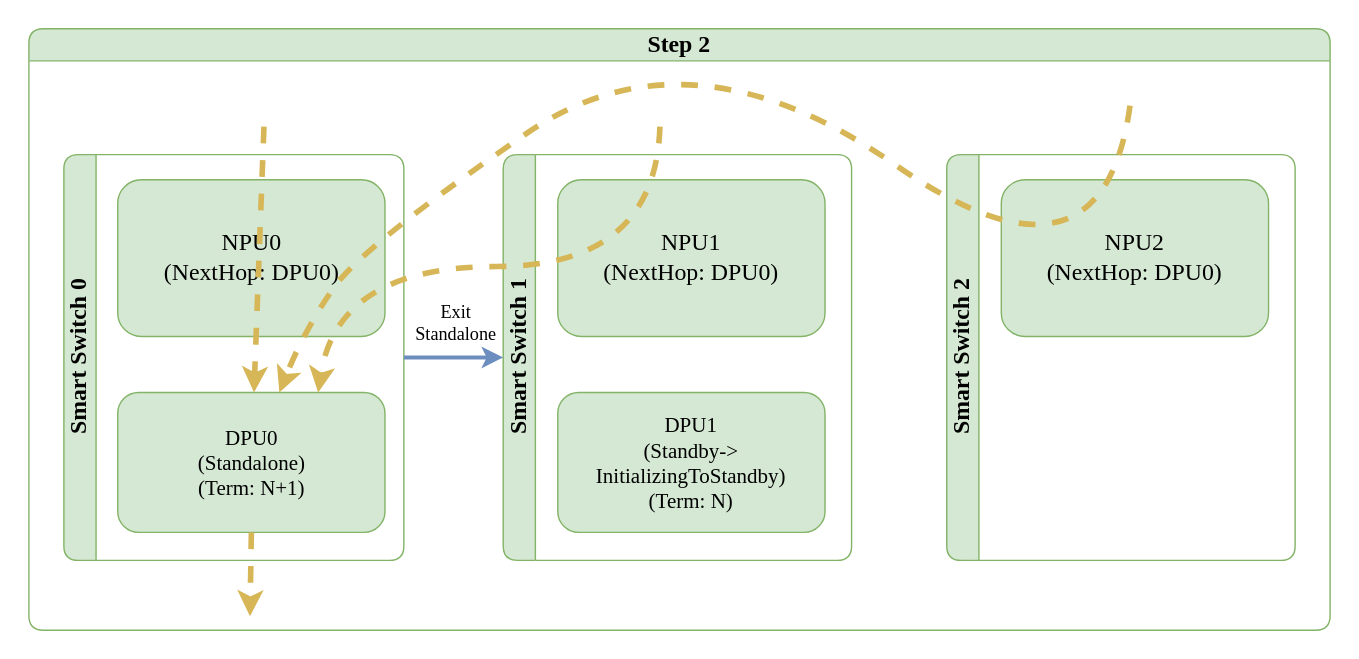
Above: doc/smart-switch/high-availability/images/ha-unplanned-events-exit-standalone-step-2.svg in sonic-net/SONiC (draw.io), before the change. Source tidied: cells renumbered, new cells last; positions are measured from the earlier drawing's top-left corner, leaving out a move shared by most shapes. The source it was exported from:
```xml
<mxGraphModel>
  <root>
    <mxCell id="0" />
    <mxCell id="1" parent="0" />
    <mxCell id="2" value="Step 2" style="swimlane;horizontal=1;whiteSpace=wrap;html=1;rounded=1;labelBorderColor=none;strokeColor=#82b366;fontFamily=Consolas;fontSize=17;startSize=23;fillColor=#d5e8d4;swimlaneFillColor=#FFFFFF;" parent="1" vertex="1">
      <mxGeometry y="5" width="930" height="430" as="geometry" />
    </mxCell>
    <mxCell id="3" value="Smart Switch 0" style="swimlane;horizontal=0;whiteSpace=wrap;html=1;rounded=1;labelBorderColor=none;strokeColor=#82b366;fontFamily=Consolas;fontSize=17;startSize=23;fillColor=#d5e8d4;swimlaneFillColor=#FFFFFF;" parent="2" vertex="1">
      <mxGeometry x="25" y="90" width="243" height="290" as="geometry" />
    </mxCell>
    <mxCell id="4" value="NPU0&lt;br style=&quot;font-size: 17px;&quot;&gt;(NextHop: DPU0)" style="rounded=1;whiteSpace=wrap;html=1;strokeColor=#82b366;fontFamily=Consolas;fontSize=17;startSize=23;fillColor=#d5e8d4;" parent="3" vertex="1">
      <mxGeometry x="38.5" y="18" width="191" height="112" as="geometry" />
    </mxCell>
    <mxCell id="5" value="DPU0&lt;br style=&quot;border-color: var(--border-color); font-size: 15px;&quot;&gt;(Standalone)&lt;br style=&quot;font-size: 15px;&quot;&gt;(Term: N+1)" style="rounded=1;whiteSpace=wrap;html=1;strokeColor=#82b366;fontFamily=Consolas;fontSize=15;startSize=23;fillColor=#d5e8d4;" parent="3" vertex="1">
      <mxGeometry x="38.5" y="170" width="191" height="100" as="geometry" />
    </mxCell>
    <mxCell id="6" value="Smart Switch 1" style="swimlane;horizontal=0;whiteSpace=wrap;html=1;rounded=1;labelBorderColor=none;strokeColor=#82b366;fontFamily=Consolas;fontSize=17;startSize=23;fillColor=#d5e8d4;swimlaneFillColor=#FFFFFF;" parent="2" vertex="1">
      <mxGeometry x="339" y="90" width="249" height="290" as="geometry" />
    </mxCell>
    <mxCell id="7" value="NPU1&lt;br style=&quot;font-size: 17px;&quot;&gt;(NextHop: DPU0)" style="rounded=1;whiteSpace=wrap;html=1;strokeColor=#82b366;fontFamily=Consolas;fontSize=17;startSize=23;fillColor=#d5e8d4;" parent="6" vertex="1">
      <mxGeometry x="39" y="18" width="191" height="112" as="geometry" />
    </mxCell>
    <mxCell id="8" value="DPU1&lt;br style=&quot;border-color: var(--border-color); font-size: 15px;&quot;&gt;(Standby-&amp;gt;&lt;br style=&quot;font-size: 15px;&quot;&gt;InitializingToStandby)&lt;br style=&quot;border-color: var(--border-color); font-size: 15px;&quot;&gt;(Term: N)" style="rounded=1;whiteSpace=wrap;html=1;strokeColor=#82b366;fontFamily=Consolas;fontSize=15;startSize=23;fillColor=#d5e8d4;" parent="6" vertex="1">
      <mxGeometry x="39" y="170" width="191" height="100" as="geometry" />
    </mxCell>
    <mxCell id="9" style="curved=1;endArrow=classic;html=1;rounded=0;fillColor=#fff2cc;strokeColor=#d6b656;strokeWidth=4;dashed=1;endFill=1;fontFamily=Consolas;fontSize=17;" parent="2" edge="1" target="5">
      <mxGeometry relative="1" as="geometry">
        <mxPoint x="168" y="70" as="sourcePoint" />
      </mxGeometry>
    </mxCell>
    <mxCell id="10" style="curved=1;endArrow=classic;html=1;rounded=0;entryX=0.75;entryY=0;entryDx=0;entryDy=0;fillColor=#fff2cc;strokeColor=#d6b656;strokeWidth=4;dashed=1;endFill=1;fontFamily=Consolas;fontSize=17;" parent="2" edge="1" target="5">
      <mxGeometry relative="1" as="geometry">
        <mxPoint x="451" y="70" as="sourcePoint" />
        <Array as="points">
          <mxPoint x="448" y="170" />
          <mxPoint x="220" y="170" />
        </Array>
      </mxGeometry>
    </mxCell>
    <mxCell id="11" style="endArrow=classic;html=1;rounded=0;fillColor=#fff2cc;strokeColor=#d6b656;strokeWidth=4;dashed=1;endFill=1;exitX=0.5;exitY=1;exitDx=0;exitDy=0;fontFamily=Consolas;fontSize=17;" parent="2" edge="1" source="5">
      <mxGeometry relative="1" as="geometry">
        <mxPoint x="158" y="420" as="targetPoint" />
      </mxGeometry>
    </mxCell>
    <mxCell id="12" value="Smart Switch 2" style="swimlane;horizontal=0;whiteSpace=wrap;html=1;rounded=1;labelBorderColor=none;strokeColor=#82b366;fontFamily=Consolas;fontSize=17;startSize=23;fillColor=#d5e8d4;swimlaneFillColor=#FFFFFF;" parent="2" vertex="1">
      <mxGeometry x="656" y="90" width="249" height="290" as="geometry" />
    </mxCell>
    <mxCell id="13" value="NPU2&lt;br style=&quot;font-size: 17px;&quot;&gt;(NextHop: DPU0)" style="rounded=1;whiteSpace=wrap;html=1;strokeColor=#82b366;fontFamily=Consolas;fontSize=17;startSize=23;fillColor=#d5e8d4;" parent="12" vertex="1">
      <mxGeometry x="39" y="18" width="191" height="112" as="geometry" />
    </mxCell>
    <mxCell id="14" value="Exit&lt;br style=&quot;font-size: 13px;&quot;&gt;Standalone" style="endArrow=classic;startArrow=none;html=1;fillColor=#dae8fc;strokeColor=#6c8ebf;strokeWidth=3;fontFamily=Consolas;fontSize=13;startFill=0;endFill=1;labelBackgroundColor=none;curved=1;exitX=1;exitY=0.5;exitDx=0;exitDy=0;entryX=0;entryY=0.5;entryDx=0;entryDy=0;" parent="2" edge="1" source="3" target="6">
      <mxGeometry x="0.04" y="25" relative="1" as="geometry" />
    </mxCell>
    <mxCell id="15" style="curved=1;endArrow=classic;html=1;rounded=0;fillColor=#fff2cc;strokeColor=#d6b656;strokeWidth=4;dashed=1;endFill=1;fontFamily=Consolas;fontSize=17;" parent="2" edge="1" target="5">
      <mxGeometry relative="1" as="geometry">
        <mxPoint x="787" y="55" as="sourcePoint" />
        <Array as="points">
          <mxPoint x="767" y="200" />
          <mxPoint x="472" y="-5" />
          <mxPoint x="239" y="155" />
          <mxPoint x="197" y="215" />
        </Array>
      </mxGeometry>
    </mxCell>
  </root>
</mxGraphModel>
```
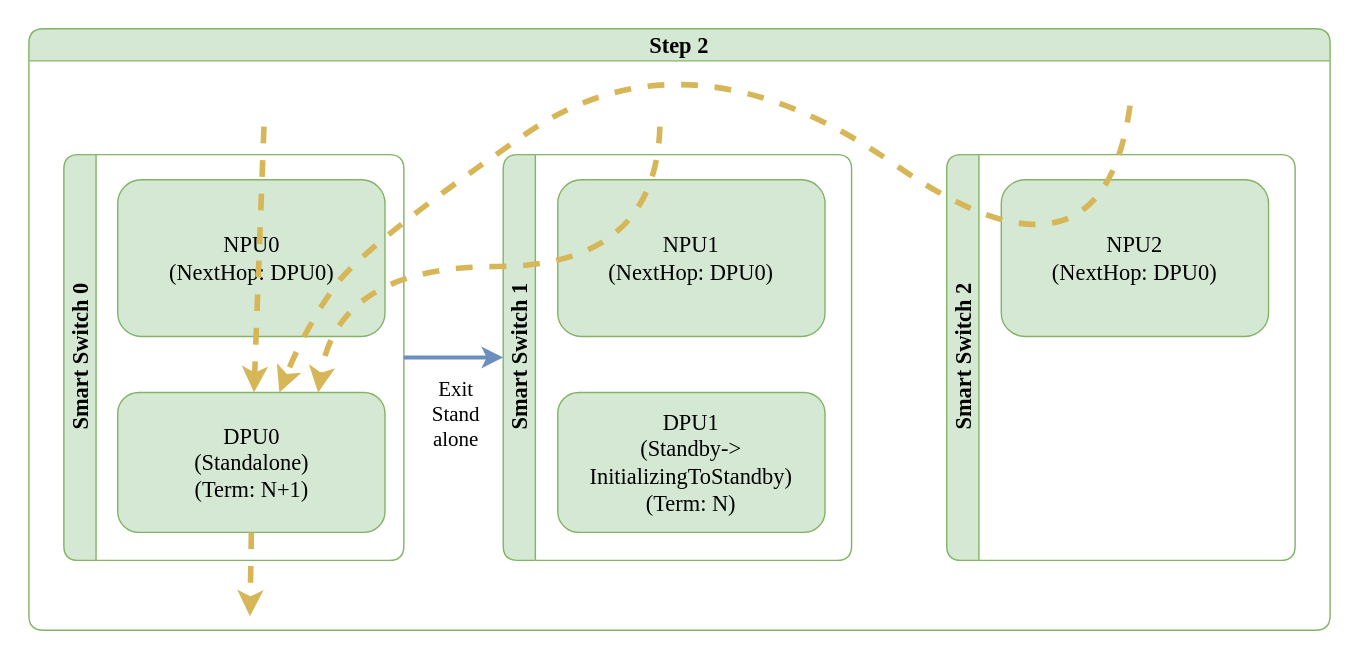
Later version of the same file.

Change to the diagram source:
```diff
@@ -2,33 +2,33 @@
   <root>
     <mxCell id="0" />
     <mxCell id="1" parent="0" />
-    <mxCell id="2" value="Step 2" style="swimlane;horizontal=1;whiteSpace=wrap;html=1;rounded=1;labelBorderColor=none;strokeColor=#82b366;fontFamily=Consolas;fontSize=17;startSize=23;fillColor=#d5e8d4;swimlaneFillColor=#FFFFFF;" parent="1" vertex="1">
+    <mxCell id="2" value="Step 2" style="swimlane;horizontal=1;whiteSpace=wrap;html=1;rounded=1;labelBorderColor=none;strokeColor=#82b366;fontFamily=Monaco;fontSize=16;startSize=23;fillColor=#d5e8d4;swimlaneFillColor=#FFFFFF;" parent="1" vertex="1">
       <mxGeometry y="5" width="930" height="430" as="geometry" />
     </mxCell>
-    <mxCell id="3" value="Smart Switch 0" style="swimlane;horizontal=0;whiteSpace=wrap;html=1;rounded=1;labelBorderColor=none;strokeColor=#82b366;fontFamily=Consolas;fontSize=17;startSize=23;fillColor=#d5e8d4;swimlaneFillColor=#FFFFFF;" parent="2" vertex="1">
+    <mxCell id="3" value="Smart Switch 0" style="swimlane;horizontal=0;whiteSpace=wrap;html=1;rounded=1;labelBorderColor=none;strokeColor=#82b366;fontFamily=Monaco;fontSize=16;startSize=23;fillColor=#d5e8d4;swimlaneFillColor=#FFFFFF;" parent="2" vertex="1">
       <mxGeometry x="25" y="90" width="243" height="290" as="geometry" />
     </mxCell>
-    <mxCell id="4" value="NPU0&lt;br style=&quot;font-size: 17px;&quot;&gt;(NextHop: DPU0)" style="rounded=1;whiteSpace=wrap;html=1;strokeColor=#82b366;fontFamily=Consolas;fontSize=17;startSize=23;fillColor=#d5e8d4;" parent="3" vertex="1">
+    <mxCell id="4" value="NPU0&lt;br style=&quot;font-size: 16px;&quot;&gt;(NextHop: DPU0)" style="rounded=1;whiteSpace=wrap;html=1;strokeColor=#82b366;fontFamily=Monaco;fontSize=16;startSize=23;fillColor=#d5e8d4;" parent="3" vertex="1">
       <mxGeometry x="38.5" y="18" width="191" height="112" as="geometry" />
     </mxCell>
-    <mxCell id="5" value="DPU0&lt;br style=&quot;border-color: var(--border-color); font-size: 15px;&quot;&gt;(Standalone)&lt;br style=&quot;font-size: 15px;&quot;&gt;(Term: N+1)" style="rounded=1;whiteSpace=wrap;html=1;strokeColor=#82b366;fontFamily=Consolas;fontSize=15;startSize=23;fillColor=#d5e8d4;" parent="3" vertex="1">
+    <mxCell id="5" value="DPU0&lt;br style=&quot;border-color: var(--border-color); font-size: 16px;&quot;&gt;(Standalone)&lt;br style=&quot;font-size: 16px;&quot;&gt;(Term: N+1)" style="rounded=1;whiteSpace=wrap;html=1;strokeColor=#82b366;fontFamily=Monaco;fontSize=16;startSize=23;fillColor=#d5e8d4;" parent="3" vertex="1">
       <mxGeometry x="38.5" y="170" width="191" height="100" as="geometry" />
     </mxCell>
-    <mxCell id="6" value="Smart Switch 1" style="swimlane;horizontal=0;whiteSpace=wrap;html=1;rounded=1;labelBorderColor=none;strokeColor=#82b366;fontFamily=Consolas;fontSize=17;startSize=23;fillColor=#d5e8d4;swimlaneFillColor=#FFFFFF;" parent="2" vertex="1">
+    <mxCell id="6" value="Smart Switch 1" style="swimlane;horizontal=0;whiteSpace=wrap;html=1;rounded=1;labelBorderColor=none;strokeColor=#82b366;fontFamily=Monaco;fontSize=16;startSize=23;fillColor=#d5e8d4;swimlaneFillColor=#FFFFFF;" parent="2" vertex="1">
       <mxGeometry x="339" y="90" width="249" height="290" as="geometry" />
     </mxCell>
-    <mxCell id="7" value="NPU1&lt;br style=&quot;font-size: 17px;&quot;&gt;(NextHop: DPU0)" style="rounded=1;whiteSpace=wrap;html=1;strokeColor=#82b366;fontFamily=Consolas;fontSize=17;startSize=23;fillColor=#d5e8d4;" parent="6" vertex="1">
+    <mxCell id="7" value="NPU1&lt;br style=&quot;font-size: 16px;&quot;&gt;(NextHop: DPU0)" style="rounded=1;whiteSpace=wrap;html=1;strokeColor=#82b366;fontFamily=Monaco;fontSize=16;startSize=23;fillColor=#d5e8d4;" parent="6" vertex="1">
       <mxGeometry x="39" y="18" width="191" height="112" as="geometry" />
     </mxCell>
-    <mxCell id="8" value="DPU1&lt;br style=&quot;border-color: var(--border-color); font-size: 15px;&quot;&gt;(Standby-&amp;gt;&lt;br style=&quot;font-size: 15px;&quot;&gt;InitializingToStandby)&lt;br style=&quot;border-color: var(--border-color); font-size: 15px;&quot;&gt;(Term: N)" style="rounded=1;whiteSpace=wrap;html=1;strokeColor=#82b366;fontFamily=Consolas;fontSize=15;startSize=23;fillColor=#d5e8d4;" parent="6" vertex="1">
+    <mxCell id="8" value="DPU1&lt;br style=&quot;border-color: var(--border-color); font-size: 16px;&quot;&gt;(Standby-&amp;gt;&lt;br style=&quot;font-size: 16px;&quot;&gt;InitializingToStandby)&lt;br style=&quot;border-color: var(--border-color); font-size: 16px;&quot;&gt;(Term: N)" style="rounded=1;whiteSpace=wrap;html=1;strokeColor=#82b366;fontFamily=Monaco;fontSize=16;startSize=23;fillColor=#d5e8d4;" parent="6" vertex="1">
       <mxGeometry x="39" y="170" width="191" height="100" as="geometry" />
     </mxCell>
-    <mxCell id="9" style="curved=1;endArrow=classic;html=1;rounded=0;fillColor=#fff2cc;strokeColor=#d6b656;strokeWidth=4;dashed=1;endFill=1;fontFamily=Consolas;fontSize=17;" parent="2" edge="1" target="5">
+    <mxCell id="9" style="curved=1;endArrow=classic;html=1;rounded=0;fillColor=#fff2cc;strokeColor=#d6b656;strokeWidth=4;dashed=1;endFill=1;fontFamily=Monaco;fontSize=16;" parent="2" edge="1" target="5">
       <mxGeometry relative="1" as="geometry">
         <mxPoint x="168" y="70" as="sourcePoint" />
       </mxGeometry>
     </mxCell>
-    <mxCell id="10" style="curved=1;endArrow=classic;html=1;rounded=0;entryX=0.75;entryY=0;entryDx=0;entryDy=0;fillColor=#fff2cc;strokeColor=#d6b656;strokeWidth=4;dashed=1;endFill=1;fontFamily=Consolas;fontSize=17;" parent="2" edge="1" target="5">
+    <mxCell id="10" style="curved=1;endArrow=classic;html=1;rounded=0;entryX=0.75;entryY=0;entryDx=0;entryDy=0;fillColor=#fff2cc;strokeColor=#d6b656;strokeWidth=4;dashed=1;endFill=1;fontFamily=Monaco;fontSize=16;" parent="2" edge="1" target="5">
       <mxGeometry relative="1" as="geometry">
         <mxPoint x="451" y="70" as="sourcePoint" />
         <Array as="points">
@@ -37,21 +37,21 @@
         </Array>
       </mxGeometry>
     </mxCell>
-    <mxCell id="11" style="endArrow=classic;html=1;rounded=0;fillColor=#fff2cc;strokeColor=#d6b656;strokeWidth=4;dashed=1;endFill=1;exitX=0.5;exitY=1;exitDx=0;exitDy=0;fontFamily=Consolas;fontSize=17;" parent="2" edge="1" source="5">
+    <mxCell id="11" style="endArrow=classic;html=1;rounded=0;fillColor=#fff2cc;strokeColor=#d6b656;strokeWidth=4;dashed=1;endFill=1;exitX=0.5;exitY=1;exitDx=0;exitDy=0;fontFamily=Monaco;fontSize=16;" parent="2" edge="1" source="5">
       <mxGeometry relative="1" as="geometry">
         <mxPoint x="158" y="420" as="targetPoint" />
       </mxGeometry>
     </mxCell>
-    <mxCell id="12" value="Smart Switch 2" style="swimlane;horizontal=0;whiteSpace=wrap;html=1;rounded=1;labelBorderColor=none;strokeColor=#82b366;fontFamily=Consolas;fontSize=17;startSize=23;fillColor=#d5e8d4;swimlaneFillColor=#FFFFFF;" parent="2" vertex="1">
+    <mxCell id="12" value="Smart Switch 2" style="swimlane;horizontal=0;whiteSpace=wrap;html=1;rounded=1;labelBorderColor=none;strokeColor=#82b366;fontFamily=Monaco;fontSize=16;startSize=23;fillColor=#d5e8d4;swimlaneFillColor=#FFFFFF;" parent="2" vertex="1">
       <mxGeometry x="656" y="90" width="249" height="290" as="geometry" />
     </mxCell>
-    <mxCell id="13" value="NPU2&lt;br style=&quot;font-size: 17px;&quot;&gt;(NextHop: DPU0)" style="rounded=1;whiteSpace=wrap;html=1;strokeColor=#82b366;fontFamily=Consolas;fontSize=17;startSize=23;fillColor=#d5e8d4;" parent="12" vertex="1">
+    <mxCell id="13" value="NPU2&lt;br style=&quot;font-size: 16px;&quot;&gt;(NextHop: DPU0)" style="rounded=1;whiteSpace=wrap;html=1;strokeColor=#82b366;fontFamily=Monaco;fontSize=16;startSize=23;fillColor=#d5e8d4;" parent="12" vertex="1">
       <mxGeometry x="39" y="18" width="191" height="112" as="geometry" />
     </mxCell>
-    <mxCell id="14" value="Exit&lt;br style=&quot;font-size: 13px;&quot;&gt;Standalone" style="endArrow=classic;startArrow=none;html=1;fillColor=#dae8fc;strokeColor=#6c8ebf;strokeWidth=3;fontFamily=Consolas;fontSize=13;startFill=0;endFill=1;labelBackgroundColor=none;curved=1;exitX=1;exitY=0.5;exitDx=0;exitDy=0;entryX=0;entryY=0.5;entryDx=0;entryDy=0;" parent="2" edge="1" source="3" target="6">
-      <mxGeometry x="0.04" y="25" relative="1" as="geometry" />
+    <mxCell id="14" value="Exit&lt;br style=&quot;font-size: 15px;&quot;&gt;Stand&lt;br&gt;alone" style="endArrow=classic;startArrow=none;html=1;fillColor=#dae8fc;strokeColor=#6c8ebf;strokeWidth=3;fontFamily=Monaco;fontSize=15;startFill=0;endFill=1;labelBackgroundColor=none;curved=1;exitX=1;exitY=0.5;exitDx=0;exitDy=0;entryX=0;entryY=0.5;entryDx=0;entryDy=0;" parent="2" edge="1" source="3" target="6">
+      <mxGeometry x="0.04" y="-40" relative="1" as="geometry" />
     </mxCell>
-    <mxCell id="15" style="curved=1;endArrow=classic;html=1;rounded=0;fillColor=#fff2cc;strokeColor=#d6b656;strokeWidth=4;dashed=1;endFill=1;fontFamily=Consolas;fontSize=17;" parent="2" edge="1" target="5">
+    <mxCell id="15" style="curved=1;endArrow=classic;html=1;rounded=0;fillColor=#fff2cc;strokeColor=#d6b656;strokeWidth=4;dashed=1;endFill=1;fontFamily=Monaco;fontSize=16;" parent="2" edge="1" target="5">
       <mxGeometry relative="1" as="geometry">
         <mxPoint x="787" y="55" as="sourcePoint" />
         <Array as="points">
```
